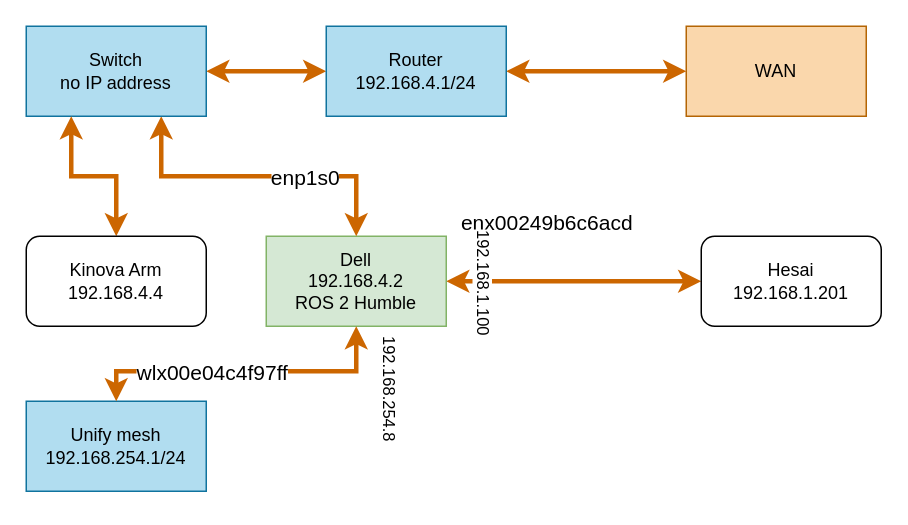
norlab-ulaval/Norlab_wiki keeps this draw.io diagram as robots/castor/castor_networking.drawio. Above is the earlier version. Source tidied: cells renumbered, new cells numbered last; positions are measured from the earlier drawing's top-left corner, leaving out a move shared by most shapes. Both pictures are drawn from the tidied source at 150%, with x=0, y=0 at pixel (26, 26).
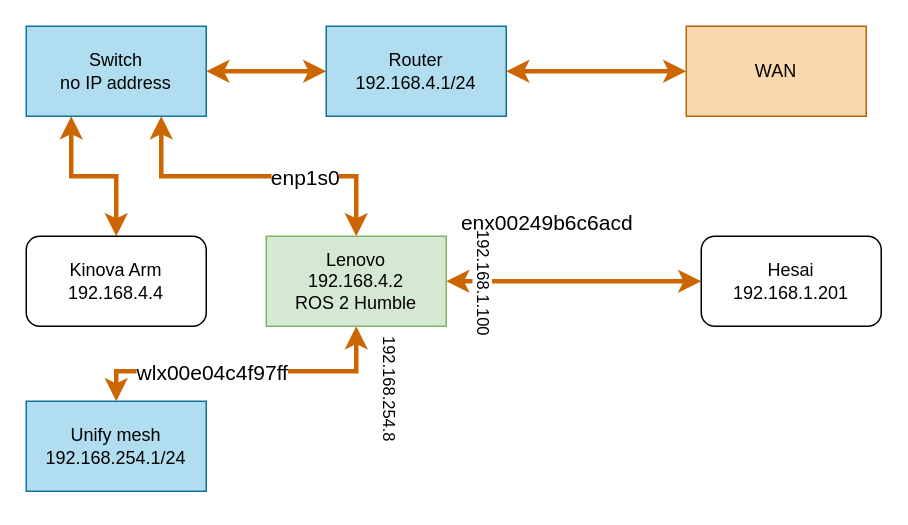
After the change.

Commit message:
Update dell to lenovo for Castor

Diff of the diagram source:
```diff
@@
-    <mxCell id="5" value="&lt;div&gt;Dell&lt;/div&gt;&lt;div&gt;192.168.4.2&lt;/div&gt;&lt;div&gt;ROS 2 Humble&lt;br&gt;&lt;/div&gt;" style="rounded=0;whiteSpace=wrap;html=1;fillColor=#d5e8d4;strokeColor=#82b366;" parent="1" vertex="1">
+    <mxCell id="5" value="&lt;div&gt;Lenovo&lt;/div&gt;&lt;div&gt;192.168.4.2&lt;/div&gt;&lt;div&gt;ROS 2 Humble&lt;br&gt;&lt;/div&gt;" style="rounded=0;whiteSpace=wrap;html=1;fillColor=#d5e8d4;strokeColor=#82b366;" parent="1" vertex="1">
       <mxGeometry x="160" y="140" width="120" height="60" as="geometry" />
     </mxCell>
```
